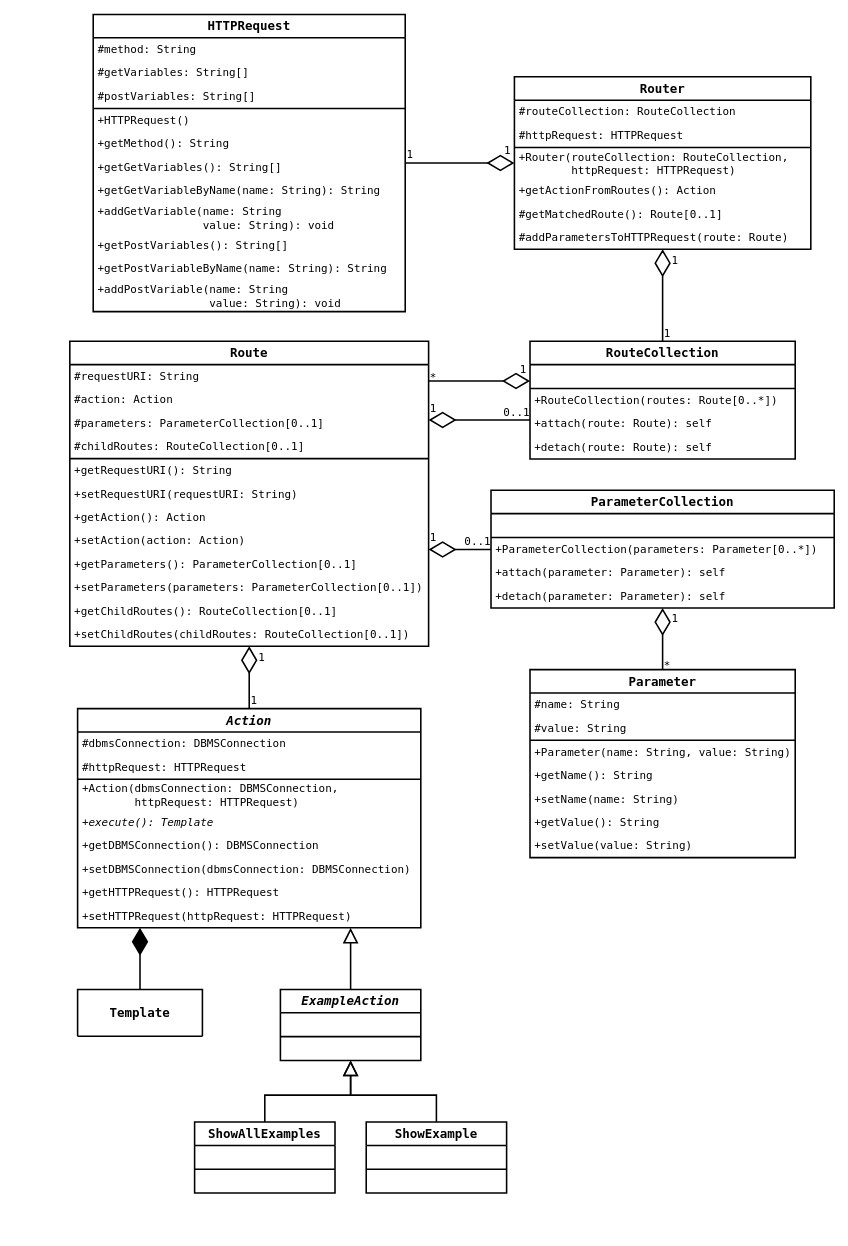
Earlier version of the draw.io diagram page "routing" (6 of 7) of docs/uml/PHPeacock.drawio (AntoineToPHPin/PHPeacock). Source tidied: cells renumbered, new cells numbered last; positions are measured from the earlier drawing's top-left corner, leaving out a move shared by most shapes. Both pictures are drawn from the tidied source at 78%, with x=0, y=0 at pixel (69, 14).
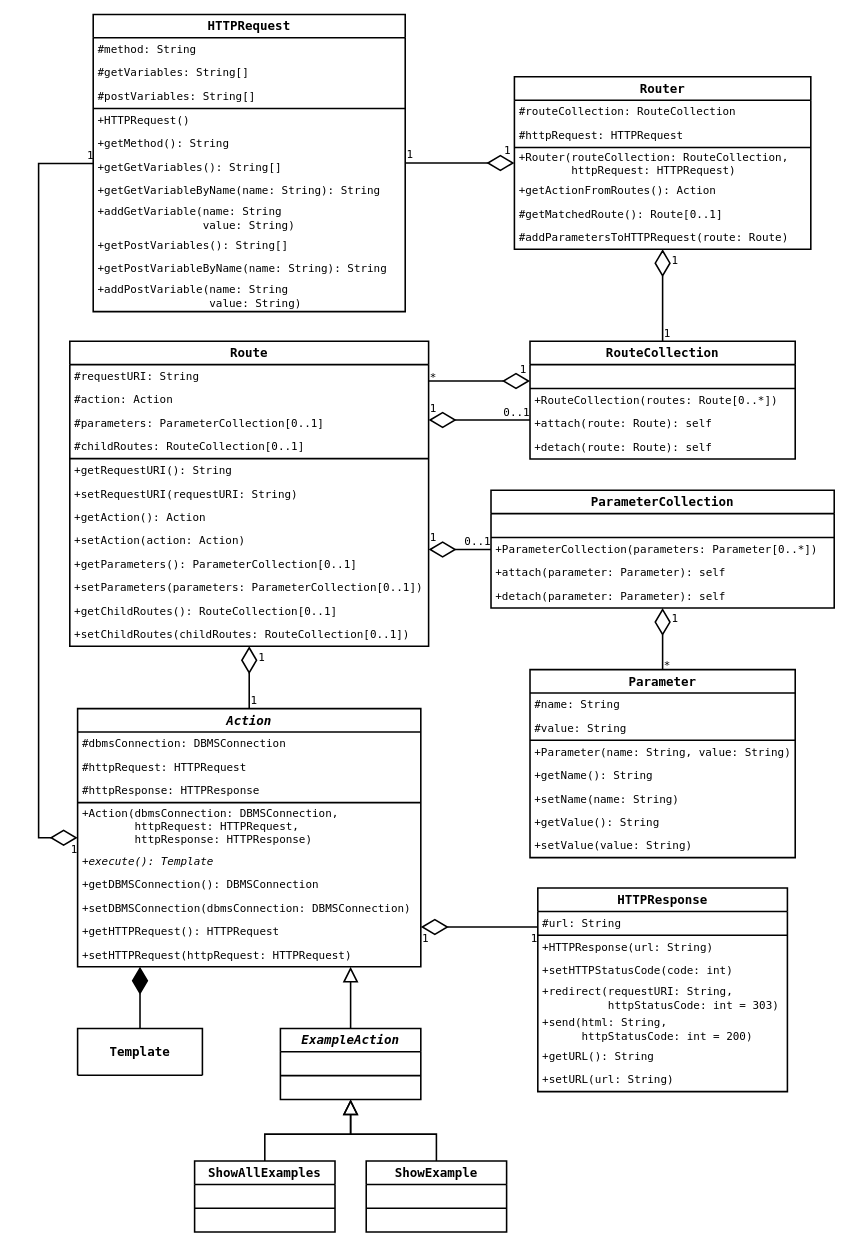
The same diagram, later.

The change refers to these unchanged cells:
```xml
<mxCell id="64" value="HTTPRequest" style="swimlane;fontStyle=1;align=center;verticalAlign=middle;horizontal=1;startSize=30;fontSize=16;fontFamily=Lucida Console;strokeWidth=2;swimlaneLine=1;rounded=0;shadow=0;glass=0;swimlaneFillColor=none;fillColor=none;labelBackgroundColor=none;labelBorderColor=none;whiteSpace=wrap;html=1;noLabel=0;movableLabel=0;comic=0;" parent="1" vertex="1">
  <mxGeometry x="30" width="400" height="381" as="geometry" />
</mxCell>
```

Change to the diagram source:
```diff
@@
     <mxCell id="2" value="&lt;i&gt;Action&lt;/i&gt;" style="swimlane;fontStyle=1;align=center;verticalAlign=middle;horizontal=1;startSize=30;fontSize=16;fontFamily=Lucida Console;strokeWidth=2;swimlaneLine=1;rounded=0;shadow=0;glass=0;swimlaneFillColor=none;fillColor=none;labelBackgroundColor=none;labelBorderColor=none;whiteSpace=wrap;html=1;noLabel=0;movableLabel=0;comic=0;" parent="1" vertex="1">
-      <mxGeometry x="10" y="890" width="440" height="281" as="geometry" />
+      <mxGeometry x="10" y="890" width="440" height="331" as="geometry" />
     </mxCell>
@@
+    <mxCell id="106" value="#httpResponse: HTTPResponse" style="text;align=left;verticalAlign=middle;spacingLeft=4;spacingRight=4;overflow=hidden;fontSize=14;fontFamily=Lucida Console;whiteSpace=wrap;strokeWidth=2;html=1;" parent="2" vertex="1">
+      <mxGeometry y="90" width="440" height="30" as="geometry" />
+    </mxCell>
     <mxCell id="5" style="line;strokeWidth=2;fillColor=none;align=left;verticalAlign=middle;spacingTop=-1;spacingLeft=3;spacingRight=3;labelPosition=right;fontSize=11;html=1;" parent="2" vertex="1">
-      <mxGeometry y="90" width="440" height="1" as="geometry" />
+      <mxGeometry y="120" width="440" height="1" as="geometry" />
     </mxCell>
-    <mxCell id="6" value="+Action(dbmsConnection: DBMSConnection,&lt;br&gt;&amp;nbsp; &amp;nbsp; &amp;nbsp; &amp;nbsp; httpRequest: HTTPRequest)" style="text;strokeColor=none;fillColor=none;align=left;verticalAlign=middle;spacingLeft=4;spacingRight=4;overflow=hidden;fontSize=14;fontFamily=Lucida Console;whiteSpace=wrap;html=1;fontStyle=0;" parent="2" vertex="1">
-      <mxGeometry y="91" width="440" height="40" as="geometry" />
+    <mxCell id="6" value="+Action(dbmsConnection: DBMSConnection,&lt;br&gt;&amp;nbsp; &amp;nbsp; &amp;nbsp; &amp;nbsp; httpRequest: HTTPRequest,&lt;br&gt;&amp;nbsp; &amp;nbsp; &amp;nbsp; &amp;nbsp; httpResponse: HTTPResponse)" style="text;strokeColor=none;fillColor=none;align=left;verticalAlign=middle;spacingLeft=4;spacingRight=4;overflow=hidden;fontSize=14;fontFamily=Lucida Console;whiteSpace=wrap;html=1;fontStyle=0;" parent="2" vertex="1">
+      <mxGeometry y="121" width="440" height="60" as="geometry" />
     </mxCell>
     <mxCell id="7" value="+execute(): Template" style="text;strokeColor=none;fillColor=none;align=left;verticalAlign=middle;spacingLeft=4;spacingRight=4;overflow=hidden;fontSize=14;fontFamily=Lucida Console;whiteSpace=wrap;html=1;fontStyle=2;" parent="2" vertex="1">
-      <mxGeometry y="131" width="440" height="30" as="geometry" />
+      <mxGeometry y="181" width="440" height="30" as="geometry" />
     </mxCell>
     <mxCell id="8" value="+getDBMSConnection():&amp;nbsp;&lt;span style=&quot;&quot;&gt;DBMSConnection&lt;/span&gt;" style="text;strokeColor=none;fillColor=none;align=left;verticalAlign=middle;spacingLeft=4;spacingRight=4;overflow=hidden;fontSize=14;fontFamily=Lucida Console;whiteSpace=wrap;html=1;fontStyle=0;" parent="2" vertex="1">
-      <mxGeometry y="161" width="440" height="30" as="geometry" />
+      <mxGeometry y="211" width="440" height="30" as="geometry" />
     </mxCell>
     <mxCell id="9" value="+setDBMSConnection(dbmsConnection: DBMSConnection)" style="text;strokeColor=none;fillColor=none;align=left;verticalAlign=middle;spacingLeft=4;spacingRight=4;overflow=hidden;fontSize=14;fontFamily=Lucida Console;whiteSpace=wrap;html=1;fontStyle=0;" parent="2" vertex="1">
-      <mxGeometry y="191" width="440" height="30" as="geometry" />
+      <mxGeometry y="241" width="440" height="30" as="geometry" />
     </mxCell>
     <mxCell id="10" value="+getHTTPRequest():&amp;nbsp;&lt;span&gt;HTTPRequest&lt;/span&gt;" style="text;strokeColor=none;fillColor=none;align=left;verticalAlign=middle;spacingLeft=4;spacingRight=4;overflow=hidden;fontSize=14;fontFamily=Lucida Console;whiteSpace=wrap;html=1;fontStyle=0;" parent="2" vertex="1">
-      <mxGeometry y="221" width="440" height="30" as="geometry" />
+      <mxGeometry y="271" width="440" height="30" as="geometry" />
     </mxCell>
     <mxCell id="11" value="+setHTTPRequest(httpRequest: HTTPRequest)" style="text;strokeColor=none;fillColor=none;align=left;verticalAlign=middle;spacingLeft=4;spacingRight=4;overflow=hidden;fontSize=14;fontFamily=Lucida Console;whiteSpace=wrap;html=1;fontStyle=0;" parent="2" vertex="1">
-      <mxGeometry y="251" width="440" height="30" as="geometry" />
+      <mxGeometry y="301" width="440" height="30" as="geometry" />
     </mxCell>
     <mxCell id="12" value="&lt;i&gt;ExampleAction&lt;/i&gt;" style="swimlane;fontStyle=1;align=center;verticalAlign=middle;horizontal=1;startSize=30;fontSize=16;fontFamily=Lucida Console;strokeWidth=2;swimlaneLine=1;rounded=0;shadow=0;glass=0;swimlaneFillColor=none;fillColor=none;labelBackgroundColor=none;labelBorderColor=none;whiteSpace=wrap;html=1;noLabel=0;movableLabel=0;comic=0;" parent="1" vertex="1">
-      <mxGeometry x="270" y="1250" width="180" height="91" as="geometry" />
+      <mxGeometry x="270" y="1300" width="180" height="91" as="geometry" />
     </mxCell>
@@
     <mxCell id="17" value="&lt;span&gt;ShowAllExamples&lt;/span&gt;" style="swimlane;fontStyle=1;align=center;verticalAlign=middle;horizontal=1;startSize=30;fontSize=16;fontFamily=Lucida Console;strokeWidth=2;swimlaneLine=1;rounded=0;shadow=0;glass=0;swimlaneFillColor=none;fillColor=none;labelBackgroundColor=none;labelBorderColor=none;whiteSpace=wrap;html=1;noLabel=0;movableLabel=0;comic=0;" parent="1" vertex="1">
-      <mxGeometry x="160" y="1420" width="180" height="91" as="geometry" />
+      <mxGeometry x="160" y="1470" width="180" height="91" as="geometry" />
     </mxCell>
@@
     <mxCell id="21" value="&lt;span&gt;ShowExample&lt;/span&gt;" style="swimlane;fontStyle=1;align=center;verticalAlign=middle;horizontal=1;startSize=30;fontSize=16;fontFamily=Lucida Console;strokeWidth=2;swimlaneLine=1;rounded=0;shadow=0;glass=0;swimlaneFillColor=none;fillColor=none;labelBackgroundColor=none;labelBorderColor=none;whiteSpace=wrap;html=1;noLabel=0;movableLabel=0;comic=0;" parent="1" vertex="1">
-      <mxGeometry x="380" y="1420" width="180" height="91" as="geometry" />
+      <mxGeometry x="380" y="1470" width="180" height="91" as="geometry" />
     </mxCell>
@@
-    <mxCell id="73" value="+addGetVariable(name: String&lt;br&gt;&amp;nbsp; &amp;nbsp; &amp;nbsp; &amp;nbsp; &amp;nbsp; &amp;nbsp; &amp;nbsp; &amp;nbsp; value: String): void" style="text;strokeColor=none;fillColor=none;align=left;verticalAlign=middle;spacingLeft=4;spacingRight=4;overflow=hidden;fontSize=14;fontFamily=Lucida Console;whiteSpace=wrap;html=1;" parent="64" vertex="1">
+    <mxCell id="73" value="+addGetVariable(name: String&lt;br&gt;&amp;nbsp; &amp;nbsp; &amp;nbsp; &amp;nbsp; &amp;nbsp; &amp;nbsp; &amp;nbsp; &amp;nbsp; value: String)" style="text;strokeColor=none;fillColor=none;align=left;verticalAlign=middle;spacingLeft=4;spacingRight=4;overflow=hidden;fontSize=14;fontFamily=Lucida Console;whiteSpace=wrap;html=1;" parent="64" vertex="1">
       <mxGeometry y="241" width="400" height="40" as="geometry" />
     </mxCell>
@@
-    <mxCell id="76" value="+addPostVariable(name: String&lt;br&gt;&amp;nbsp; &amp;nbsp; &amp;nbsp; &amp;nbsp; &amp;nbsp; &amp;nbsp; &amp;nbsp; &amp;nbsp; &amp;nbsp;value: String): void" style="text;strokeColor=none;fillColor=none;align=left;verticalAlign=middle;spacingLeft=4;spacingRight=4;overflow=hidden;fontSize=14;fontFamily=Lucida Console;whiteSpace=wrap;html=1;" parent="64" vertex="1">
+    <mxCell id="76" value="+addPostVariable(name: String&lt;br&gt;&amp;nbsp; &amp;nbsp; &amp;nbsp; &amp;nbsp; &amp;nbsp; &amp;nbsp; &amp;nbsp; &amp;nbsp; &amp;nbsp;value: String)" style="text;strokeColor=none;fillColor=none;align=left;verticalAlign=middle;spacingLeft=4;spacingRight=4;overflow=hidden;fontSize=14;fontFamily=Lucida Console;whiteSpace=wrap;html=1;" parent="64" vertex="1">
       <mxGeometry y="341" width="400" height="40" as="geometry" />
     </mxCell>
@@
     <mxCell id="104" value="Template" style="swimlane;fontStyle=1;align=center;verticalAlign=middle;horizontal=1;startSize=90;fontSize=16;fontFamily=Lucida Console;strokeWidth=2;swimlaneLine=1;rounded=0;shadow=0;glass=0;swimlaneFillColor=none;fillColor=none;labelBackgroundColor=none;labelBorderColor=none;whiteSpace=wrap;html=1;noLabel=0;movableLabel=0;comic=0;" parent="1" vertex="1">
-      <mxGeometry x="10" y="1250" width="160" height="60" as="geometry" />
+      <mxGeometry x="10" y="1300" width="160" height="60" as="geometry" />
     </mxCell>
     <mxCell id="105" style="endArrow=none;html=1;strokeWidth=2;fontFamily=Lucida Console;fontSize=14;rounded=0;startArrow=diamondThin;startFill=1;startSize=30;edgeStyle=orthogonalEdgeStyle;endSize=5;" parent="1" edge="1" source="2" target="104">
       <mxGeometry relative="1" as="geometry">
         <Array as="points">
-          <mxPoint x="90" y="1210" />
-          <mxPoint x="90" y="1210" />
+          <mxPoint x="90" y="1260" />
+          <mxPoint x="90" y="1260" />
         </Array>
       </mxGeometry>
     </mxCell>
+    <mxCell id="107" value="HTTPResponse" style="swimlane;fontStyle=1;align=center;verticalAlign=middle;horizontal=1;startSize=30;fontSize=16;fontFamily=Lucida Console;strokeWidth=2;swimlaneLine=1;rounded=0;shadow=0;glass=0;swimlaneFillColor=none;fillColor=none;labelBackgroundColor=none;labelBorderColor=none;whiteSpace=wrap;html=1;noLabel=0;movableLabel=0;comic=0;" parent="1" vertex="1">
+      <mxGeometry x="600" y="1120" width="320" height="261" as="geometry" />
+    </mxCell>
+    <mxCell id="108" value="#url: String" style="text;align=left;verticalAlign=middle;spacingLeft=4;spacingRight=4;overflow=hidden;fontSize=14;fontFamily=Lucida Console;whiteSpace=wrap;strokeWidth=2;html=1;" parent="107" vertex="1">
+      <mxGeometry y="30" width="320" height="30" as="geometry" />
+    </mxCell>
+    <mxCell id="109" style="line;strokeWidth=2;fillColor=none;align=left;verticalAlign=middle;spacingTop=-1;spacingLeft=3;spacingRight=3;labelPosition=right;fontSize=11;html=1;" parent="107" vertex="1">
+      <mxGeometry y="60" width="320" height="1" as="geometry" />
+    </mxCell>
+    <mxCell id="110" value="+HTTPResponse(url: String)" style="text;strokeColor=none;fillColor=none;align=left;verticalAlign=middle;spacingLeft=4;spacingRight=4;overflow=hidden;fontSize=14;fontFamily=Lucida Console;whiteSpace=wrap;html=1;" parent="107" vertex="1">
+      <mxGeometry y="61" width="320" height="30" as="geometry" />
+    </mxCell>
+    <mxCell id="111" value="+setHTTPStatusCode(code: int)" style="text;strokeColor=none;fillColor=none;align=left;verticalAlign=middle;spacingLeft=4;spacingRight=4;overflow=hidden;fontSize=14;fontFamily=Lucida Console;whiteSpace=wrap;html=1;" parent="107" vertex="1">
+      <mxGeometry y="91" width="320" height="30" as="geometry" />
+    </mxCell>
+    <mxCell id="112" value="+redirect(requestURI: String,&lt;br&gt;&amp;nbsp; &amp;nbsp; &amp;nbsp; &amp;nbsp; &amp;nbsp; httpStatusCode: int = 303)" style="text;strokeColor=none;fillColor=none;align=left;verticalAlign=middle;spacingLeft=4;spacingRight=4;overflow=hidden;fontSize=14;fontFamily=Lucida Console;whiteSpace=wrap;html=1;" parent="107" vertex="1">
+      <mxGeometry y="121" width="320" height="40" as="geometry" />
+    </mxCell>
+    <mxCell id="113" value="+send(html: String,&lt;br&gt;&amp;nbsp; &amp;nbsp; &amp;nbsp; httpStatusCode: int = 200)" style="text;strokeColor=none;fillColor=none;align=left;verticalAlign=middle;spacingLeft=4;spacingRight=4;overflow=hidden;fontSize=14;fontFamily=Lucida Console;whiteSpace=wrap;html=1;" parent="107" vertex="1">
+      <mxGeometry y="161" width="320" height="40" as="geometry" />
+    </mxCell>
+    <mxCell id="114" value="+getURL(): String" style="text;strokeColor=none;fillColor=none;align=left;verticalAlign=middle;spacingLeft=4;spacingRight=4;overflow=hidden;fontSize=14;fontFamily=Lucida Console;whiteSpace=wrap;html=1;" parent="107" vertex="1">
+      <mxGeometry y="201" width="320" height="30" as="geometry" />
+    </mxCell>
+    <mxCell id="115" value="+setURL(url: String)" style="text;strokeColor=none;fillColor=none;align=left;verticalAlign=middle;spacingLeft=4;spacingRight=4;overflow=hidden;fontSize=14;fontFamily=Lucida Console;whiteSpace=wrap;html=1;" parent="107" vertex="1">
+      <mxGeometry y="231" width="320" height="30" as="geometry" />
+    </mxCell>
+    <mxCell id="116" style="endArrow=none;html=1;strokeWidth=2;fontFamily=Lucida Console;fontSize=14;rounded=0;startArrow=diamondThin;startFill=0;startSize=30;edgeStyle=orthogonalEdgeStyle;endSize=5;" parent="1" edge="1" source="2" target="64">
+      <mxGeometry relative="1" as="geometry">
+        <Array as="points">
+          <mxPoint x="-40" y="1056" />
+          <mxPoint x="-40" y="191" />
+        </Array>
+      </mxGeometry>
+    </mxCell>
+    <mxCell id="117" value="1" style="edgeLabel;html=1;align=right;verticalAlign=top;fontFamily=Lucida Console;fontSize=14;labelBackgroundColor=none;" parent="116" vertex="1">
+      <mxGeometry x="-1" relative="1" as="geometry" />
+    </mxCell>
+    <mxCell id="118" value="1" style="edgeLabel;html=1;align=right;verticalAlign=bottom;fontFamily=Lucida Console;fontSize=14;labelBackgroundColor=none;" parent="116" vertex="1">
+      <mxGeometry x="1" relative="1" as="geometry" />
+    </mxCell>
+    <mxCell id="119" style="endArrow=none;html=1;strokeWidth=2;fontFamily=Lucida Console;fontSize=14;rounded=0;startArrow=diamondThin;startFill=0;startSize=30;edgeStyle=orthogonalEdgeStyle;endSize=5;" parent="1" edge="1" source="2" target="107">
+      <mxGeometry relative="1" as="geometry">
+        <Array as="points">
+          <mxPoint x="490" y="1170" />
+          <mxPoint x="490" y="1170" />
+        </Array>
+      </mxGeometry>
+    </mxCell>
+    <mxCell id="120" value="1" style="edgeLabel;html=1;align=left;verticalAlign=top;fontFamily=Lucida Console;fontSize=14;labelBackgroundColor=none;" parent="119" vertex="1">
+      <mxGeometry x="-1" relative="1" as="geometry" />
+    </mxCell>
+    <mxCell id="121" value="1" style="edgeLabel;html=1;align=right;verticalAlign=top;fontFamily=Lucida Console;fontSize=14;labelBackgroundColor=none;" parent="119" vertex="1">
+      <mxGeometry x="1" relative="1" as="geometry" />
+    </mxCell>
```
